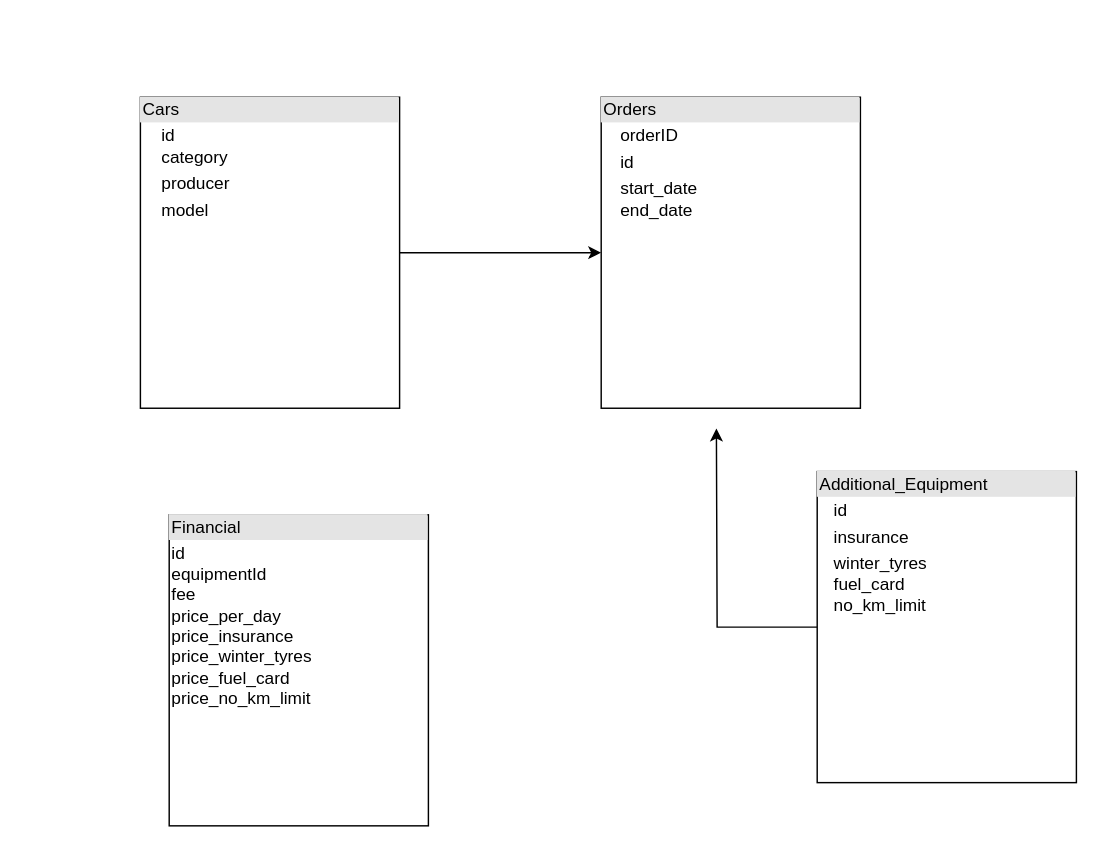
This is page "database" (4 of 11) of Untitled Diagram.drawio from sebek9/projectBackend, a draw.io file, before an edit. Source tidied: cells renumbered, new cells numbered last; positions are measured from the earlier drawing's top-left corner, leaving out a move shared by most shapes. Both pictures are drawn from the tidied source at 144%, with x=0, y=0 at pixel (140, 96).
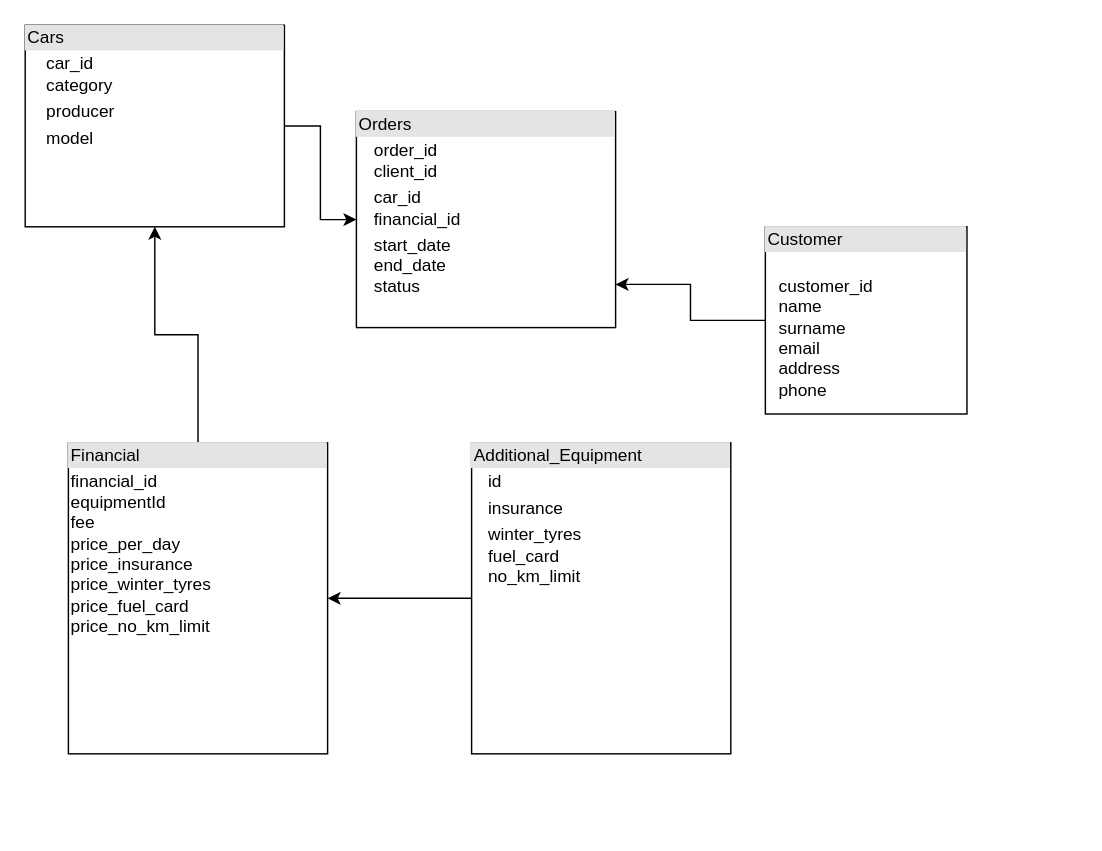
The same diagram, later.

What changed in the source:
```diff
@@
 <mxGraphModel>
   <root>
     <mxCell id="0" />
     <mxCell id="1" parent="0" />
     <mxCell id="2" style="edgeStyle=orthogonalEdgeStyle;rounded=0;jettySize=auto;html=1;entryX=0;entryY=0.5;entryDx=0;entryDy=0;" parent="1" edge="1" source="3" target="6">
       <mxGeometry relative="1" as="geometry" />
     </mxCell>
-    <mxCell id="3" value="&lt;div style=&quot;box-sizing: border-box ; width: 100% ; background: #e4e4e4 ; padding: 2px&quot;&gt;Cars&lt;/div&gt;&lt;table style=&quot;width: 100% ; font-size: 1em&quot; cellpadding=&quot;2&quot; cellspacing=&quot;0&quot;&gt;&lt;tbody&gt;&lt;tr&gt;&lt;td&gt;&lt;br&gt;&lt;/td&gt;&lt;td&gt;id&lt;br&gt;category&lt;/td&gt;&lt;/tr&gt;&lt;tr&gt;&lt;td&gt;&lt;br&gt;&lt;/td&gt;&lt;td&gt;producer&lt;/td&gt;&lt;/tr&gt;&lt;tr&gt;&lt;td&gt;&lt;/td&gt;&lt;td&gt;model&lt;br&gt;&lt;br&gt;&lt;br&gt;&lt;/td&gt;&lt;/tr&gt;&lt;/tbody&gt;&lt;/table&gt;" style="verticalAlign=top;align=left;overflow=fill;html=1;" parent="1" vertex="1">
-      <mxGeometry width="180" height="216" as="geometry" />
+    <mxCell id="3" value="&lt;div style=&quot;box-sizing: border-box ; width: 100% ; background: #e4e4e4 ; padding: 2px&quot;&gt;Cars&lt;/div&gt;&lt;table style=&quot;width: 100% ; font-size: 1em&quot; cellpadding=&quot;2&quot; cellspacing=&quot;0&quot;&gt;&lt;tbody&gt;&lt;tr&gt;&lt;td&gt;&lt;br&gt;&lt;/td&gt;&lt;td&gt;car_id&lt;br&gt;category&lt;/td&gt;&lt;/tr&gt;&lt;tr&gt;&lt;td&gt;&lt;br&gt;&lt;/td&gt;&lt;td&gt;producer&lt;/td&gt;&lt;/tr&gt;&lt;tr&gt;&lt;td&gt;&lt;/td&gt;&lt;td&gt;model&lt;br&gt;&lt;br&gt;&lt;br&gt;&lt;/td&gt;&lt;/tr&gt;&lt;/tbody&gt;&lt;/table&gt;" style="verticalAlign=top;align=left;overflow=fill;html=1;" parent="1" vertex="1">
+      <mxGeometry x="-80" y="-50" width="180" height="140" as="geometry" />
     </mxCell>
-    <mxCell id="4" style="edgeStyle=orthogonalEdgeStyle;rounded=0;jettySize=auto;html=1;" parent="1" edge="1" source="5">
-      <mxGeometry relative="1" as="geometry">
-        <mxPoint x="400" y="230" as="targetPoint" />
-      </mxGeometry>
-    </mxCell>
+    <mxCell id="8" style="edgeStyle=orthogonalEdgeStyle;rounded=0;jettySize=auto;html=1;entryX=1;entryY=0.5;entryDx=0;entryDy=0;" parent="1" edge="1" source="5" target="7">
+      <mxGeometry relative="1" as="geometry" />
+    </mxCell>
     <mxCell id="5" value="&lt;div style=&quot;box-sizing: border-box ; width: 100% ; background: #e4e4e4 ; padding: 2px&quot;&gt;Additional_Equipment&lt;/div&gt;&lt;table style=&quot;width: 100% ; font-size: 1em&quot; cellpadding=&quot;2&quot; cellspacing=&quot;0&quot;&gt;&lt;tbody&gt;&lt;tr&gt;&lt;td&gt;&lt;br&gt;&lt;/td&gt;&lt;td&gt;id&lt;/td&gt;&lt;/tr&gt;&lt;tr&gt;&lt;td&gt;&lt;br&gt;&lt;/td&gt;&lt;td&gt;insurance&lt;/td&gt;&lt;/tr&gt;&lt;tr&gt;&lt;td&gt;&lt;/td&gt;&lt;td&gt;winter_tyres&lt;br&gt;fuel_card&lt;br&gt;no_km_limit&lt;/td&gt;&lt;/tr&gt;&lt;/tbody&gt;&lt;/table&gt;" style="verticalAlign=top;align=left;overflow=fill;html=1;" parent="1" vertex="1">
-      <mxGeometry x="470" y="260" width="180" height="216" as="geometry" />
+      <mxGeometry x="230" y="240" width="180" height="216" as="geometry" />
     </mxCell>
-    <mxCell id="6" value="&lt;div style=&quot;box-sizing: border-box ; width: 100% ; background: #e4e4e4 ; padding: 2px&quot;&gt;Orders&lt;/div&gt;&lt;table style=&quot;width: 100% ; font-size: 1em&quot; cellpadding=&quot;2&quot; cellspacing=&quot;0&quot;&gt;&lt;tbody&gt;&lt;tr&gt;&lt;td&gt;&lt;br&gt;&lt;/td&gt;&lt;td&gt;orderID&lt;/td&gt;&lt;/tr&gt;&lt;tr&gt;&lt;td&gt;&lt;br&gt;&lt;/td&gt;&lt;td&gt;id&lt;/td&gt;&lt;/tr&gt;&lt;tr&gt;&lt;td&gt;&lt;/td&gt;&lt;td&gt;start_date&lt;br&gt;end_date&lt;br&gt;&lt;br&gt;&lt;/td&gt;&lt;/tr&gt;&lt;/tbody&gt;&lt;/table&gt;" style="verticalAlign=top;align=left;overflow=fill;html=1;" parent="1" vertex="1">
-      <mxGeometry x="320" width="180" height="216" as="geometry" />
+    <mxCell id="6" value="&lt;div style=&quot;box-sizing: border-box ; width: 100% ; background: #e4e4e4 ; padding: 2px&quot;&gt;Orders&lt;/div&gt;&lt;table style=&quot;width: 100% ; font-size: 1em&quot; cellpadding=&quot;2&quot; cellspacing=&quot;0&quot;&gt;&lt;tbody&gt;&lt;tr&gt;&lt;td&gt;&lt;br&gt;&lt;/td&gt;&lt;td&gt;order_id&lt;br&gt;client_id&lt;/td&gt;&lt;/tr&gt;&lt;tr&gt;&lt;td&gt;&lt;br&gt;&lt;/td&gt;&lt;td&gt;car_id&lt;br&gt;financial_id&lt;/td&gt;&lt;/tr&gt;&lt;tr&gt;&lt;td&gt;&lt;/td&gt;&lt;td&gt;start_date&lt;br&gt;end_date&lt;br&gt;status&lt;br&gt;&lt;br&gt;&lt;/td&gt;&lt;/tr&gt;&lt;/tbody&gt;&lt;/table&gt;" style="verticalAlign=top;align=left;overflow=fill;html=1;" parent="1" vertex="1">
+      <mxGeometry x="150" y="10" width="180" height="150" as="geometry" />
     </mxCell>
+    <mxCell id="9" style="edgeStyle=orthogonalEdgeStyle;rounded=0;jettySize=auto;html=1;" parent="1" edge="1" source="7" target="3">
+      <mxGeometry relative="1" as="geometry" />
+    </mxCell>
-    <mxCell id="7" value="&lt;div style=&quot;box-sizing: border-box ; width: 100% ; background: #e4e4e4 ; padding: 2px&quot;&gt;Financial&lt;/div&gt;&lt;table style=&quot;width: 100% ; font-size: 1em&quot; cellpadding=&quot;2&quot; cellspacing=&quot;0&quot;&gt;&lt;tbody&gt;&lt;tr&gt;&lt;td&gt;id&lt;br&gt;equipmentId&lt;br&gt;fee&lt;br&gt;price_per_day&lt;br&gt;price_insurance&lt;br&gt;price_winter_tyres&lt;br&gt;price_fuel_card&lt;br&gt;price_no_km_limit&lt;br&gt;&lt;br&gt;&lt;/td&gt;&lt;td&gt;&lt;br&gt;&lt;/td&gt;&lt;/tr&gt;&lt;tr&gt;&lt;td&gt;&lt;br&gt;&lt;/td&gt;&lt;td&gt;&lt;br&gt;&lt;/td&gt;&lt;/tr&gt;&lt;tr&gt;&lt;td&gt;&lt;/td&gt;&lt;td&gt;&lt;br&gt;&lt;br&gt;&lt;br&gt;&lt;/td&gt;&lt;/tr&gt;&lt;/tbody&gt;&lt;/table&gt;" style="verticalAlign=top;align=left;overflow=fill;html=1;" parent="1" vertex="1">
-      <mxGeometry x="20" y="290" width="180" height="216" as="geometry" />
+    <mxCell id="7" value="&lt;div style=&quot;box-sizing: border-box ; width: 100% ; background: #e4e4e4 ; padding: 2px&quot;&gt;Financial&lt;/div&gt;&lt;table style=&quot;width: 100% ; font-size: 1em&quot; cellpadding=&quot;2&quot; cellspacing=&quot;0&quot;&gt;&lt;tbody&gt;&lt;tr&gt;&lt;td&gt;financial_id&lt;br&gt;equipmentId&lt;br&gt;fee&lt;br&gt;price_per_day&lt;br&gt;price_insurance&lt;br&gt;price_winter_tyres&lt;br&gt;price_fuel_card&lt;br&gt;price_no_km_limit&lt;br&gt;&lt;br&gt;&lt;/td&gt;&lt;td&gt;&lt;br&gt;&lt;/td&gt;&lt;/tr&gt;&lt;tr&gt;&lt;td&gt;&lt;br&gt;&lt;/td&gt;&lt;td&gt;&lt;br&gt;&lt;/td&gt;&lt;/tr&gt;&lt;tr&gt;&lt;td&gt;&lt;/td&gt;&lt;td&gt;&lt;br&gt;&lt;br&gt;&lt;br&gt;&lt;/td&gt;&lt;/tr&gt;&lt;/tbody&gt;&lt;/table&gt;" style="verticalAlign=top;align=left;overflow=fill;html=1;" parent="1" vertex="1">
+      <mxGeometry x="-50" y="240" width="180" height="216" as="geometry" />
     </mxCell>
+    <mxCell id="10" style="edgeStyle=orthogonalEdgeStyle;rounded=0;jettySize=auto;html=1;" parent="1" edge="1" source="11" target="6">
+      <mxGeometry relative="1" as="geometry">
+        <Array as="points">
+          <mxPoint x="382" y="155" />
+          <mxPoint x="382" y="130" />
+        </Array>
+      </mxGeometry>
+    </mxCell>
+    <mxCell id="11" value="&lt;div style=&quot;box-sizing: border-box ; width: 100% ; background: #e4e4e4 ; padding: 2px&quot;&gt;Customer&lt;/div&gt;&lt;table style=&quot;width: 100% ; font-size: 1em&quot; cellpadding=&quot;2&quot; cellspacing=&quot;0&quot;&gt;&lt;tbody&gt;&lt;tr&gt;&lt;td&gt;&lt;br&gt;&lt;/td&gt;&lt;td&gt;&lt;br&gt;customer_id&lt;br&gt;name&lt;br&gt;surname&lt;br&gt;email&lt;br&gt;address&lt;br&gt;phone&lt;/td&gt;&lt;/tr&gt;&lt;tr&gt;&lt;td&gt;&lt;/td&gt;&lt;td&gt;&lt;br&gt;&lt;/td&gt;&lt;/tr&gt;&lt;/tbody&gt;&lt;/table&gt;" style="verticalAlign=top;align=left;overflow=fill;html=1;" parent="1" vertex="1">
+      <mxGeometry x="434" y="90" width="140" height="130" as="geometry" />
+    </mxCell>
   </root>
 </mxGraphModel>
```
